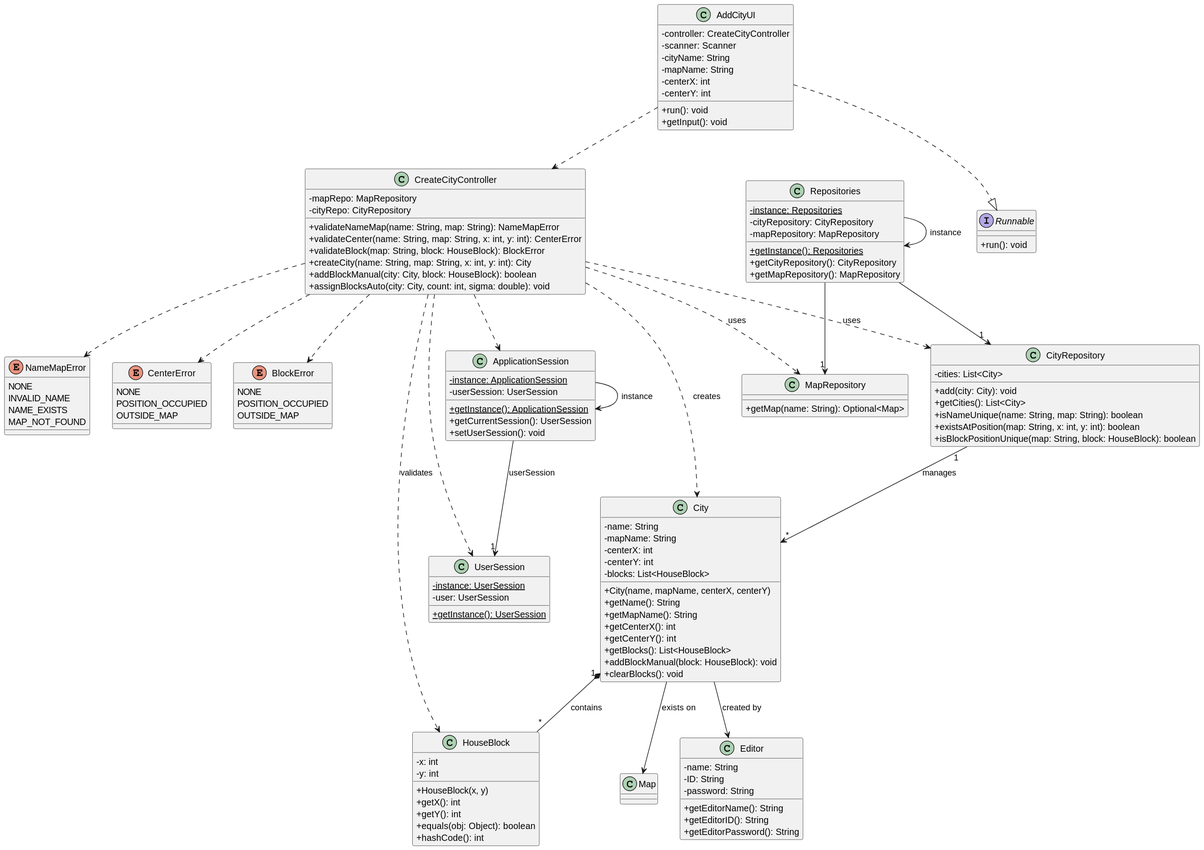
Above: docs/sprint3/us003/03.design/svg/us003-class-diagram.svg in ivasduarte/all-aboard (PlantUML), before the change.
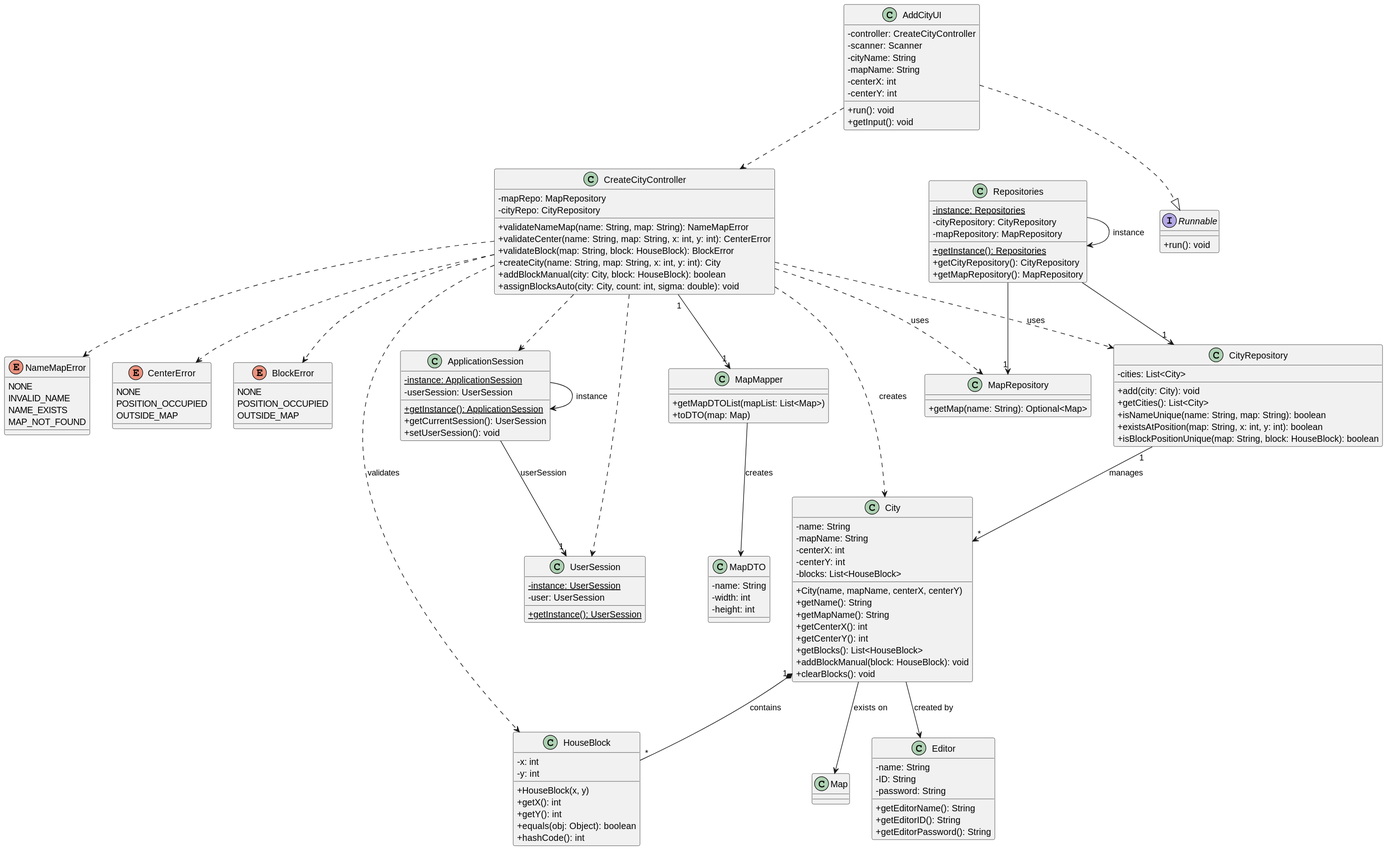
After the change.

Diff of the diagram source:
```diff
@@ -117,6 +117,17 @@
     +getInput(): void
 }
 
+class MapDTO{
+    -name: String
+    -width: int
+    -height: int
+}
+
+class MapMapper{
+    + getMapDTOList(mapList: List<Map>)
+    + toDTO(map: Map)
+}
+
 Repositories -> Repositories : instance
 ApplicationSession -> ApplicationSession : instance
 
@@ -128,6 +139,9 @@
 CreateCityController ..> NameMapError
 CreateCityController ..> CenterError
 CreateCityController ..> BlockError
+
+CreateCityController "1" --> "1" MapMapper
+MapMapper --> MapDTO: creates
 
 AddCityUI ..|> Runnable
 
```
